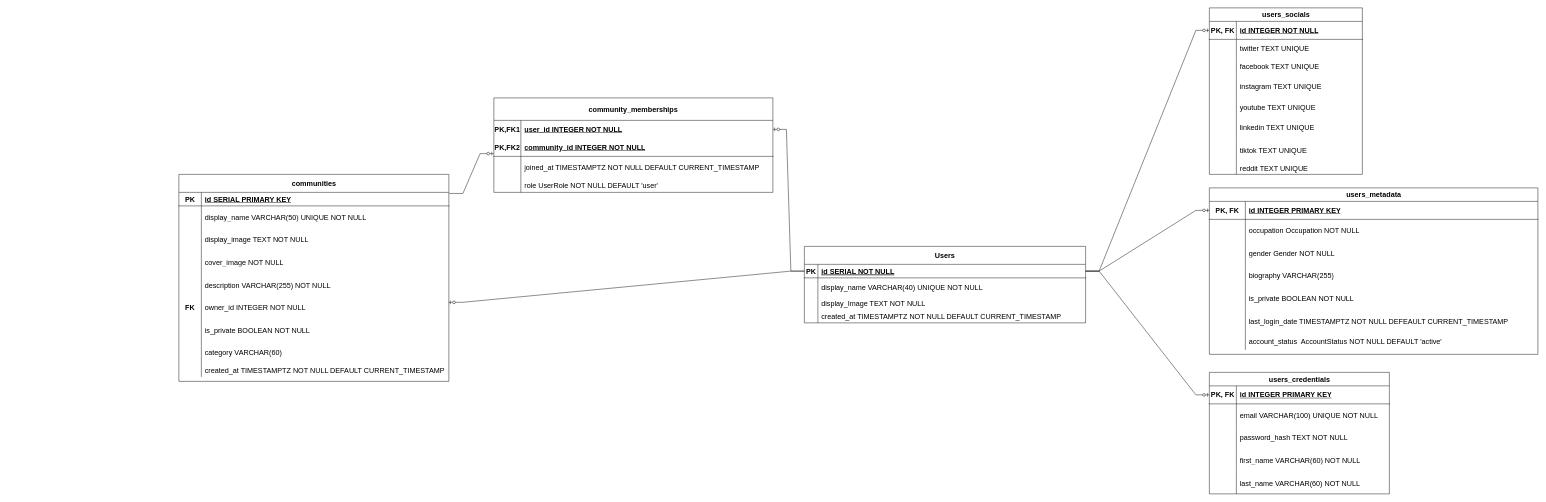
This is diagrams/Database_Schema.drawio from Ragudos/community, a draw.io file, before an edit. Source tidied: cells renumbered, new cells numbered last; positions are measured from the earlier drawing's top-left corner, leaving out a move shared by most shapes. Both pictures are drawn from the tidied source at 45%, with x=0, y=0 at pixel (179, 8).
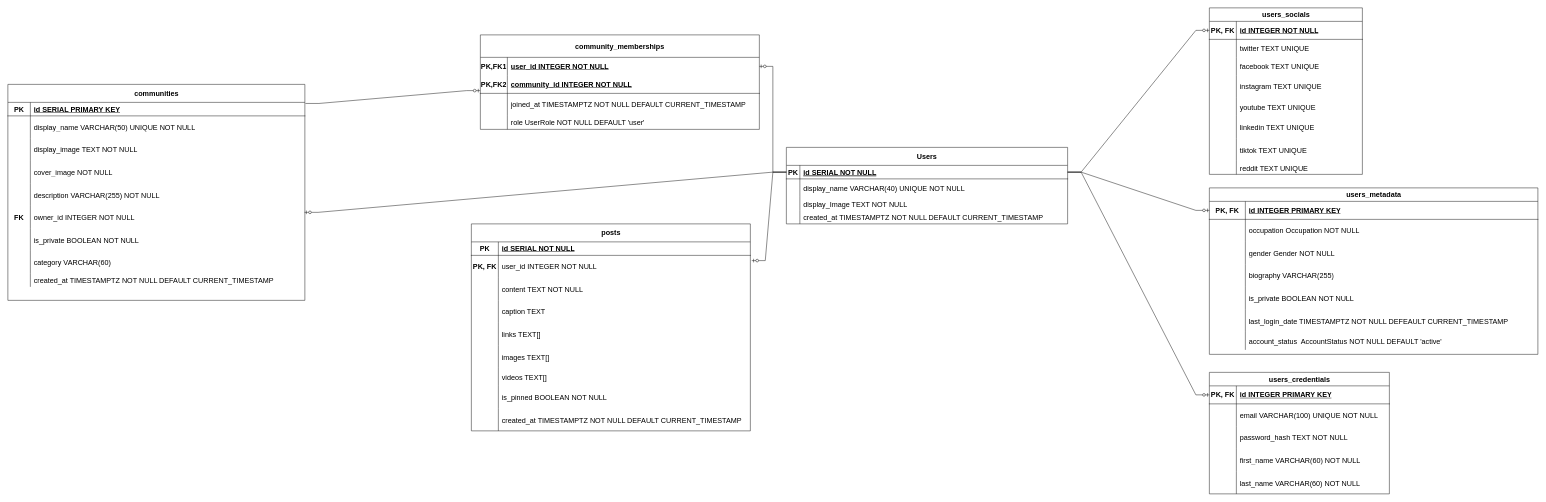
The same diagram, later.

The change refers to these unchanged cells:
```xml
<mxCell id="3" style="shape=partialRectangle;fillColor=none;points=[[0,0.5],[1,0.5]];portConstraint=eastwest;top=0;left=0;right=0;bottom=1;fontSize=16;" parent="2" vertex="1">
  <mxGeometry y="40" width="625" height="30" as="geometry" />
</mxCell>
```

The edit, as a diff of the source:
```diff
@@
     <mxCell id="2" value="Users" style="shape=table;startSize=40;childLayout=tableLayout;rowLines=0;fontStyle=1;align=center;swimlaneFillColor=default;fontSize=16;" parent="1" vertex="1">
-      <mxGeometry x="1390" y="530" width="625" height="170" as="geometry" />
+      <mxGeometry x="1350" y="310" width="625" height="170" as="geometry" />
     </mxCell>
@@
     <mxCell id="81" value="communities" style="shape=table;startSize=40;childLayout=tableLayout;rowLines=0;fontStyle=1;align=center;html=1;fontSize=16;" parent="1" vertex="1">
-      <mxGeometry y="370" width="600" height="460" as="geometry" />
+      <mxGeometry x="-380" y="170" width="660" height="480" as="geometry" />
     </mxCell>
     <mxCell id="82" style="shape=tableRow;horizontal=0;startSize=0;swimlaneHead=0;swimlaneBody=0;fillColor=none;points=[[0,0.5],[1,0.5]];portConstraint=eastwest;top=0;left=0;right=0;bottom=1;fontSize=16;" parent="81" vertex="1">
-      <mxGeometry y="40" width="600" height="30" as="geometry" />
+      <mxGeometry y="40" width="660" height="30" as="geometry" />
     </mxCell>
@@
     <mxCell id="84" value="id SERIAL PRIMARY KEY" style="shape=partialRectangle;fillColor=none;top=0;left=0;bottom=0;right=0;align=left;spacingLeft=6;fontStyle=5;overflow=hidden;whiteSpace=wrap;html=1;fontSize=16;" parent="82" vertex="1">
-      <mxGeometry x="50" width="550" height="30" as="geometry" />
+      <mxGeometry x="50" width="610" height="30" as="geometry" />
     </mxCell>
     <mxCell id="85" style="shape=tableRow;horizontal=0;startSize=0;swimlaneHead=0;swimlaneBody=0;fillColor=none;top=0;left=0;right=0;bottom=0;fontSize=16;" parent="81" vertex="1">
-      <mxGeometry y="70" width="600" height="50" as="geometry" />
+      <mxGeometry y="70" width="660" height="50" as="geometry" />
     </mxCell>
@@
     <mxCell id="87" value="display_name VARCHAR(50) UNIQUE NOT NULL" style="shape=partialRectangle;fillColor=none;top=0;left=0;bottom=0;right=0;align=left;spacingLeft=6;overflow=hidden;whiteSpace=wrap;html=1;fontSize=16;" parent="85" vertex="1">
-      <mxGeometry x="50" width="550" height="50" as="geometry" />
+      <mxGeometry x="50" width="610" height="50" as="geometry" />
     </mxCell>
     <mxCell id="88" style="shape=tableRow;horizontal=0;startSize=0;swimlaneHead=0;swimlaneBody=0;fillColor=none;top=0;left=0;right=0;bottom=0;fontSize=16;" parent="81" vertex="1">
-      <mxGeometry y="120" width="600" height="50" as="geometry" />
+      <mxGeometry y="120" width="660" height="50" as="geometry" />
     </mxCell>
@@
     <mxCell id="90" value="display_image TEXT NOT NULL" style="shape=partialRectangle;fillColor=none;top=0;left=0;bottom=0;right=0;align=left;spacingLeft=6;overflow=hidden;whiteSpace=wrap;html=1;fontSize=16;" parent="88" vertex="1">
-      <mxGeometry x="50" width="550" height="50" as="geometry" />
+      <mxGeometry x="50" width="610" height="50" as="geometry" />
     </mxCell>
     <mxCell id="91" style="shape=tableRow;horizontal=0;startSize=0;swimlaneHead=0;swimlaneBody=0;fillColor=none;top=0;left=0;right=0;bottom=0;fontSize=16;" parent="81" vertex="1">
-      <mxGeometry y="170" width="600" height="50" as="geometry" />
+      <mxGeometry y="170" width="660" height="50" as="geometry" />
     </mxCell>
@@
     <mxCell id="93" value="cover_image NOT NULL" style="shape=partialRectangle;fillColor=none;top=0;left=0;bottom=0;right=0;align=left;spacingLeft=6;overflow=hidden;whiteSpace=wrap;html=1;fontSize=16;" parent="91" vertex="1">
-      <mxGeometry x="50" width="550" height="50" as="geometry" />
+      <mxGeometry x="50" width="610" height="50" as="geometry" />
     </mxCell>
     <mxCell id="94" style="shape=tableRow;horizontal=0;startSize=0;swimlaneHead=0;swimlaneBody=0;fillColor=none;top=0;left=0;right=0;bottom=0;" parent="81" vertex="1">
-      <mxGeometry y="220" width="600" height="50" as="geometry" />
+      <mxGeometry y="220" width="660" height="50" as="geometry" />
     </mxCell>
@@
     <mxCell id="96" value="description VARCHAR(255) NOT NULL" style="shape=partialRectangle;fillColor=none;top=0;left=0;bottom=0;right=0;align=left;spacingLeft=6;overflow=hidden;fontSize=16;" parent="94" vertex="1">
-      <mxGeometry x="50" width="550" height="50" as="geometry" />
+      <mxGeometry x="50" width="610" height="50" as="geometry" />
     </mxCell>
     <mxCell id="97" style="shape=tableRow;horizontal=0;startSize=0;swimlaneHead=0;swimlaneBody=0;fillColor=none;points=[[0,0.5],[1,0.5]];portConstraint=eastwest;top=0;left=0;right=0;bottom=0;" parent="81" vertex="1">
-      <mxGeometry y="270" width="600" height="50" as="geometry" />
+      <mxGeometry y="270" width="660" height="50" as="geometry" />
     </mxCell>
@@
     <mxCell id="99" value="owner_id INTEGER NOT NULL" style="shape=partialRectangle;fillColor=none;top=0;left=0;bottom=0;right=0;align=left;spacingLeft=6;overflow=hidden;fontSize=16;" parent="97" vertex="1">
-      <mxGeometry x="50" width="550" height="50" as="geometry" />
+      <mxGeometry x="50" width="610" height="50" as="geometry" />
     </mxCell>
     <mxCell id="100" style="shape=tableRow;horizontal=0;startSize=0;swimlaneHead=0;swimlaneBody=0;fillColor=none;top=0;left=0;right=0;bottom=0;" parent="81" vertex="1">
-      <mxGeometry y="320" width="600" height="50" as="geometry" />
+      <mxGeometry y="320" width="660" height="50" as="geometry" />
     </mxCell>
@@
     <mxCell id="102" value="is_private BOOLEAN NOT NULL" style="shape=partialRectangle;fillColor=none;top=0;left=0;bottom=0;right=0;align=left;spacingLeft=6;overflow=hidden;fontSize=16;" parent="100" vertex="1">
-      <mxGeometry x="50" width="550" height="50" as="geometry" />
+      <mxGeometry x="50" width="610" height="50" as="geometry" />
     </mxCell>
     <mxCell id="103" style="shape=tableRow;horizontal=0;startSize=0;swimlaneHead=0;swimlaneBody=0;fillColor=none;top=0;left=0;right=0;bottom=0;" parent="81" vertex="1">
-      <mxGeometry y="370" width="600" height="50" as="geometry" />
+      <mxGeometry y="370" width="660" height="50" as="geometry" />
     </mxCell>
@@
     <mxCell id="105" value="category VARCHAR(60)" style="shape=partialRectangle;fillColor=none;top=0;left=0;bottom=0;right=0;align=left;spacingLeft=6;overflow=hidden;fontSize=16;" parent="103" vertex="1">
-      <mxGeometry x="50" width="550" height="50" as="geometry" />
+      <mxGeometry x="50" width="610" height="50" as="geometry" />
     </mxCell>
     <mxCell id="106" style="shape=tableRow;horizontal=0;startSize=0;swimlaneHead=0;swimlaneBody=0;fillColor=none;top=0;left=0;right=0;bottom=0;" parent="81" vertex="1">
-      <mxGeometry y="420" width="600" height="30" as="geometry" />
+      <mxGeometry y="420" width="660" height="30" as="geometry" />
     </mxCell>
@@
     <mxCell id="108" value="created_at TIMESTAMPTZ NOT NULL DEFAULT CURRENT_TIMESTAMP" style="shape=partialRectangle;fillColor=none;top=0;left=0;bottom=0;right=0;align=left;spacingLeft=6;overflow=hidden;fontSize=16;" parent="106" vertex="1">
-      <mxGeometry x="50" width="550" height="30" as="geometry" />
+      <mxGeometry x="50" width="610" height="30" as="geometry" />
     </mxCell>
@@
     <mxCell id="110" value="community_memberships" style="shape=table;startSize=50;childLayout=tableLayout;rowLines=0;fontStyle=1;align=center;html=1;whiteSpace=wrap;fontSize=16;" parent="1" vertex="1">
-      <mxGeometry x="700" y="200" width="620" height="210" as="geometry" />
+      <mxGeometry x="670" y="60" width="620" height="210" as="geometry" />
     </mxCell>
@@
+    <mxCell id="125" value="posts" style="shape=table;startSize=40;childLayout=tableLayout;rowLines=0;fontStyle=1;align=center;html=1;fontSize=16;" parent="1" vertex="1">
+      <mxGeometry x="650" y="480" width="620" height="460" as="geometry" />
+    </mxCell>
+    <mxCell id="126" style="shape=tableRow;horizontal=0;startSize=0;swimlaneHead=0;swimlaneBody=0;fillColor=none;top=0;left=0;right=0;bottom=1;fontSize=16;" parent="125" vertex="1">
+      <mxGeometry y="40" width="620" height="30" as="geometry" />
+    </mxCell>
+    <mxCell id="127" value="PK" style="shape=partialRectangle;fillColor=none;top=0;left=0;bottom=0;right=0;fontStyle=1;overflow=hidden;whiteSpace=wrap;html=1;fontSize=16;" parent="126" vertex="1">
+      <mxGeometry width="60" height="30" as="geometry" />
+    </mxCell>
+    <mxCell id="128" value="id SERIAL NOT NULL" style="shape=partialRectangle;fillColor=none;top=0;left=0;bottom=0;right=0;align=left;spacingLeft=6;fontStyle=5;overflow=hidden;whiteSpace=wrap;html=1;fontSize=16;" parent="126" vertex="1">
+      <mxGeometry x="60" width="560" height="30" as="geometry" />
+    </mxCell>
+    <mxCell id="129" style="shape=tableRow;horizontal=0;startSize=0;swimlaneHead=0;swimlaneBody=0;fillColor=none;points=[[0,0.5],[1,0.5]];portConstraint=eastwest;top=0;left=0;right=0;bottom=0;fontSize=16;" parent="125" vertex="1">
+      <mxGeometry y="70" width="620" height="50" as="geometry" />
+    </mxCell>
+    <mxCell id="130" value="&lt;b&gt;PK, FK&lt;/b&gt;" style="shape=partialRectangle;fillColor=none;top=0;left=0;bottom=0;right=0;overflow=hidden;whiteSpace=wrap;html=1;fontSize=16;" parent="129" vertex="1">
+      <mxGeometry width="60" height="50" as="geometry" />
+    </mxCell>
+    <mxCell id="131" value="user_id INTEGER NOT NULL" style="shape=partialRectangle;fillColor=none;top=0;left=0;bottom=0;right=0;align=left;spacingLeft=6;overflow=hidden;whiteSpace=wrap;html=1;fontSize=16;" parent="129" vertex="1">
+      <mxGeometry x="60" width="560" height="50" as="geometry" />
+    </mxCell>
+    <mxCell id="132" style="shape=tableRow;horizontal=0;startSize=0;swimlaneHead=0;swimlaneBody=0;fillColor=none;top=0;left=0;right=0;bottom=0;fontSize=16;" parent="125" vertex="1">
+      <mxGeometry y="120" width="620" height="50" as="geometry" />
+    </mxCell>
+    <mxCell id="133" style="shape=partialRectangle;fillColor=none;top=0;left=0;bottom=0;right=0;overflow=hidden;whiteSpace=wrap;html=1;fontSize=16;" parent="132" vertex="1">
+      <mxGeometry width="60" height="50" as="geometry" />
+    </mxCell>
+    <mxCell id="134" value="content TEXT NOT NULL" style="shape=partialRectangle;fillColor=none;top=0;left=0;bottom=0;right=0;align=left;spacingLeft=6;overflow=hidden;whiteSpace=wrap;html=1;fontSize=16;" parent="132" vertex="1">
+      <mxGeometry x="60" width="560" height="50" as="geometry" />
+    </mxCell>
+    <mxCell id="135" style="shape=tableRow;horizontal=0;startSize=0;swimlaneHead=0;swimlaneBody=0;fillColor=none;top=0;left=0;right=0;bottom=0;fontSize=16;" parent="125" vertex="1">
+      <mxGeometry y="170" width="620" height="50" as="geometry" />
+    </mxCell>
+    <mxCell id="136" style="shape=partialRectangle;fillColor=none;top=0;left=0;bottom=0;right=0;overflow=hidden;whiteSpace=wrap;html=1;fontSize=16;" parent="135" vertex="1">
+      <mxGeometry width="60" height="50" as="geometry" />
+    </mxCell>
+    <mxCell id="137" value="caption TEXT" style="shape=partialRectangle;fillColor=none;top=0;left=0;bottom=0;right=0;align=left;spacingLeft=6;overflow=hidden;whiteSpace=wrap;html=1;fontSize=16;" parent="135" vertex="1">
+      <mxGeometry x="60" width="560" height="50" as="geometry" />
+    </mxCell>
+    <mxCell id="138" style="shape=tableRow;horizontal=0;startSize=0;swimlaneHead=0;swimlaneBody=0;fillColor=none;top=0;left=0;right=0;bottom=0;fontSize=16;" parent="125" vertex="1">
+      <mxGeometry y="220" width="620" height="50" as="geometry" />
+    </mxCell>
+    <mxCell id="139" style="shape=partialRectangle;fillColor=none;top=0;left=0;bottom=0;right=0;overflow=hidden;" parent="138" vertex="1">
+      <mxGeometry width="60" height="50" as="geometry" />
+    </mxCell>
+    <mxCell id="140" value="links TEXT[]" style="shape=partialRectangle;fillColor=none;top=0;left=0;bottom=0;right=0;align=left;spacingLeft=6;overflow=hidden;fontSize=16;" parent="138" vertex="1">
+      <mxGeometry x="60" width="560" height="50" as="geometry" />
+    </mxCell>
+    <mxCell id="141" style="shape=tableRow;horizontal=0;startSize=0;swimlaneHead=0;swimlaneBody=0;fillColor=none;top=0;left=0;right=0;bottom=0;" parent="125" vertex="1">
+      <mxGeometry y="270" width="620" height="50" as="geometry" />
+    </mxCell>
+    <mxCell id="142" style="shape=partialRectangle;fillColor=none;top=0;left=0;bottom=0;right=0;overflow=hidden;" parent="141" vertex="1">
+      <mxGeometry width="60" height="50" as="geometry" />
+    </mxCell>
+    <mxCell id="143" value="images TEXT[]" style="shape=partialRectangle;fillColor=none;top=0;left=0;bottom=0;right=0;align=left;spacingLeft=6;overflow=hidden;fontSize=16;" parent="141" vertex="1">
+      <mxGeometry x="60" width="560" height="50" as="geometry" />
+    </mxCell>
+    <mxCell id="144" style="shape=tableRow;horizontal=0;startSize=0;swimlaneHead=0;swimlaneBody=0;fillColor=none;top=0;left=0;right=0;bottom=0;" parent="125" vertex="1">
+      <mxGeometry y="320" width="620" height="40" as="geometry" />
+    </mxCell>
+    <mxCell id="145" style="shape=partialRectangle;fillColor=none;top=0;left=0;bottom=0;right=0;overflow=hidden;" parent="144" vertex="1">
+      <mxGeometry width="60" height="40" as="geometry" />
+    </mxCell>
+    <mxCell id="146" value="videos TEXT[]" style="shape=partialRectangle;fillColor=none;top=0;left=0;bottom=0;right=0;align=left;spacingLeft=6;overflow=hidden;fontSize=16;" parent="144" vertex="1">
+      <mxGeometry x="60" width="560" height="40" as="geometry" />
+    </mxCell>
+    <mxCell id="147" style="shape=tableRow;horizontal=0;startSize=0;swimlaneHead=0;swimlaneBody=0;fillColor=none;top=0;left=0;right=0;bottom=0;" parent="125" vertex="1">
+      <mxGeometry y="360" width="620" height="50" as="geometry" />
+    </mxCell>
+    <mxCell id="148" style="shape=partialRectangle;fillColor=none;top=0;left=0;bottom=0;right=0;overflow=hidden;" parent="147" vertex="1">
+      <mxGeometry width="60" height="50" as="geometry" />
+    </mxCell>
+    <mxCell id="149" value="is_pinned BOOLEAN NOT NULL" style="shape=partialRectangle;fillColor=none;top=0;left=0;bottom=0;right=0;align=left;spacingLeft=6;overflow=hidden;fontSize=16;" parent="147" vertex="1">
+      <mxGeometry x="60" width="560" height="50" as="geometry" />
+    </mxCell>
+    <mxCell id="150" style="shape=tableRow;horizontal=0;startSize=0;swimlaneHead=0;swimlaneBody=0;fillColor=none;top=0;left=0;right=0;bottom=0;" parent="125" vertex="1">
+      <mxGeometry y="410" width="620" height="50" as="geometry" />
+    </mxCell>
+    <mxCell id="151" style="shape=partialRectangle;fillColor=none;top=0;left=0;bottom=0;right=0;overflow=hidden;" parent="150" vertex="1">
+      <mxGeometry width="60" height="50" as="geometry" />
+    </mxCell>
+    <mxCell id="152" value="created_at TIMESTAMPTZ NOT NULL DEFAULT CURRENT_TIMESTAMP" style="shape=partialRectangle;fillColor=none;top=0;left=0;bottom=0;right=0;align=left;spacingLeft=6;overflow=hidden;fontSize=16;" parent="150" vertex="1">
+      <mxGeometry x="60" width="560" height="50" as="geometry" />
+    </mxCell>
+    <mxCell id="153" style="edgeStyle=entityRelationEdgeStyle;fontSize=12;html=1;endArrow=ERzeroToOne;endFill=1;rounded=0;exitX=0;exitY=0.5;exitDx=0;exitDy=0;entryX=1.005;entryY=0.232;entryDx=0;entryDy=0;entryPerimeter=0;" parent="1" edge="1" source="3" target="129">
+      <mxGeometry relative="1" as="geometry" />
+    </mxCell>
```
